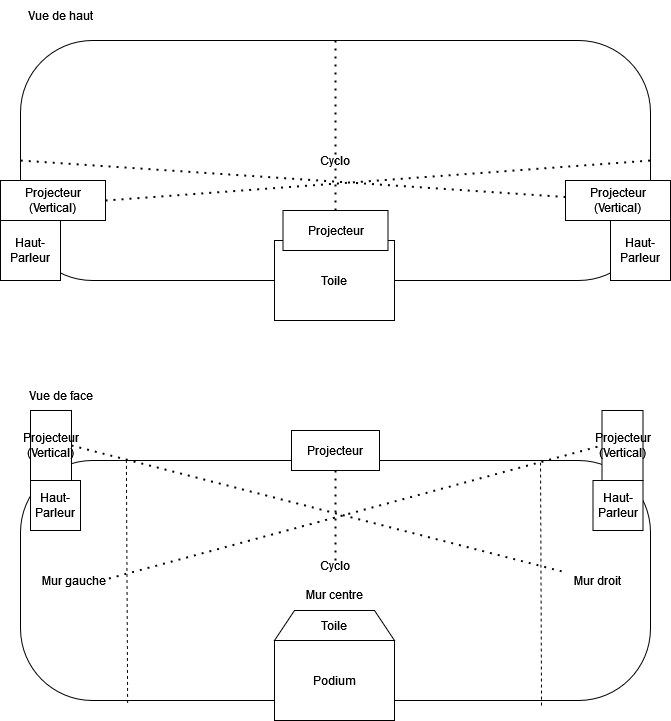
The draw.io diagram docs/preproduction/medias/rhizomatique_plantation.drawio.png in TIM-Celestia/Celestia, before a commit. Source tidied: cells renumbered, new cells last; positions are measured from the earlier drawing's top-left corner, leaving out a move shared by most shapes.
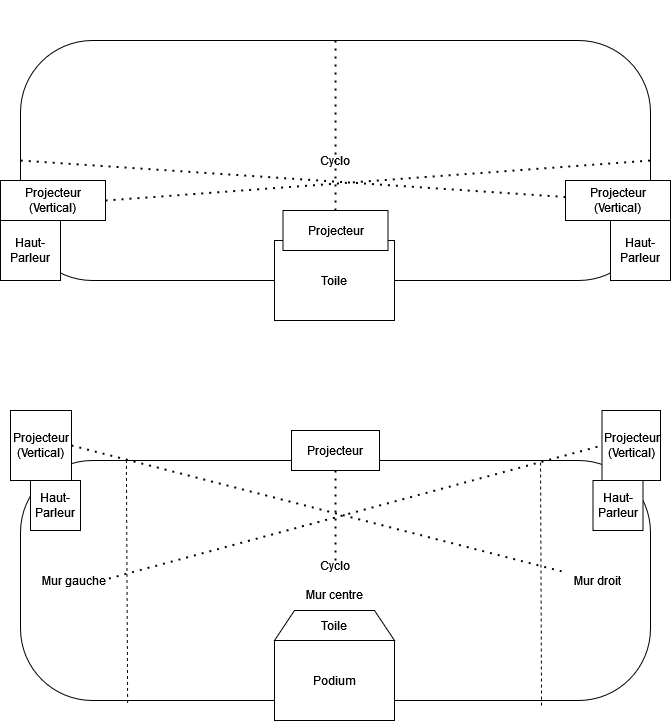
The same diagram one commit later.

The edit, as a diff of the source:
```diff
@@ -66,10 +66,10 @@
       <mxGeometry x="291" y="430" width="88" height="40" as="geometry" />
     </mxCell>
     <mxCell id="22" value="&lt;div&gt;Projecteur&lt;/div&gt;&lt;div&gt;(Vertical)&lt;/div&gt;" style="rounded=0;whiteSpace=wrap;html=1;" parent="1" vertex="1">
-      <mxGeometry x="601.5" y="410" width="41" height="70" as="geometry" />
+      <mxGeometry x="601.5" y="410" width="58.5" height="70" as="geometry" />
     </mxCell>
     <mxCell id="23" value="&lt;div&gt;Projecteur&lt;/div&gt;&lt;div&gt;(Vertical)&lt;/div&gt;" style="rounded=0;whiteSpace=wrap;html=1;" parent="1" vertex="1">
-      <mxGeometry x="30" y="410" width="41" height="70" as="geometry" />
+      <mxGeometry x="10" y="410" width="61" height="70" as="geometry" />
     </mxCell>
     <mxCell id="24" style="endArrow=none;dashed=1;html=1;dashPattern=1 3;strokeWidth=2;rounded=0;exitX=1;exitY=0.5;exitDx=0;exitDy=0;" parent="1" edge="1" source="23" target="16">
       <mxGeometry relative="1" as="geometry" />
@@ -82,10 +82,10 @@
         <mxPoint x="335" y="560" as="sourcePoint" />
       </mxGeometry>
     </mxCell>
-    <mxCell id="27" value="Vue de haut" style="text;html=1;align=center;verticalAlign=middle;strokeColor=none;fillColor=none;" parent="1" vertex="1">
+    <mxCell id="27" value="Vue de haut" style="text;html=1;align=center;verticalAlign=middle;strokeColor=none;fillColor=none;fontColor=#FFFFFF;" parent="1" vertex="1">
       <mxGeometry x="20" width="80" height="30" as="geometry" />
     </mxCell>
-    <mxCell id="28" value="Vue de face" style="text;html=1;align=center;verticalAlign=middle;strokeColor=none;fillColor=none;" parent="1" vertex="1">
+    <mxCell id="28" value="Vue de face" style="text;html=1;align=center;verticalAlign=middle;fontColor=#FFFFFF;" parent="1" vertex="1">
       <mxGeometry x="20" y="380" width="80" height="30" as="geometry" />
     </mxCell>
   </root>
```
